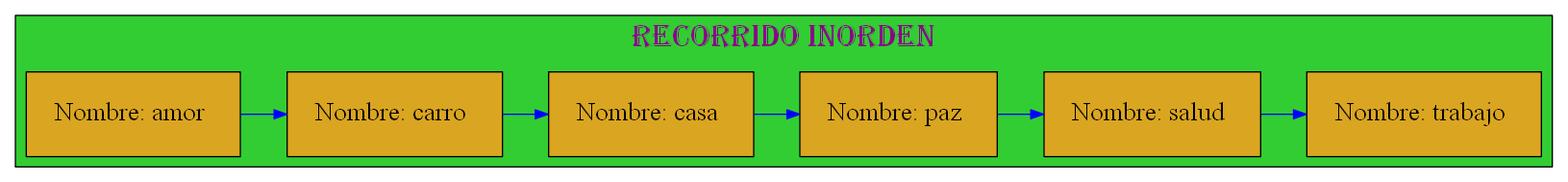
Above: Graficas/Recorrido_Inorden.dot.png in mariotun/EDD_1S2020_PY1_201602942 (Graphviz), before the change. Its source is kept beside it as Graficas/Recorrido_Inorden.dot.
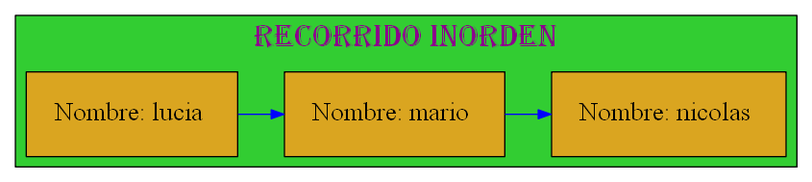
The same diagram one commit later.

Change to the diagram source:
```diff
@@ -13,14 +13,11 @@
 node[margin=0.3 shape=box style=filled fontcolor=black fillcolor=goldenrod fontsize=20];
 {rank=same;
 
-25770476704[label="Nombre: amor " ];
-25770476048[label="Nombre: carro " ];
-25770475840[label="Nombre: casa " ];
-25770477264[label="Nombre: paz " ];
-25770476256[label="Nombre: salud " ];
-25770476448[label="Nombre: trabajo " ];
+25770489296[label="Nombre: lucia " ];
+25770476720[label="Nombre: mario " ];
+25770490768[label="Nombre: nicolas " ];
 };
-25770476704 -> 25770476048 -> 25770475840 -> 25770477264 -> 25770476256 -> 25770476448
+25770489296 -> 25770476720 -> 25770490768
 
 [color=blue ];
 }
```
